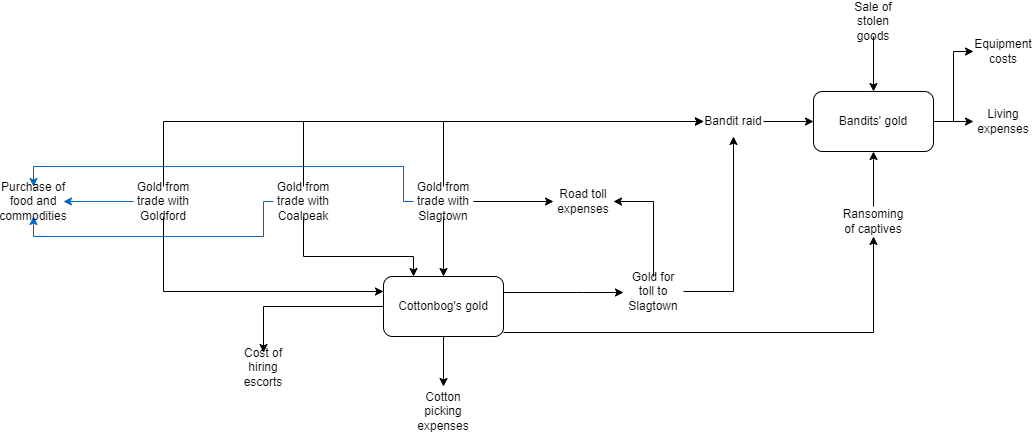
Above: Flowchart/GoldFlow.drawio.png in FunkMarvel/Comp-4-SST (draw.io), before the change. Source tidied: cells renumbered, new cells last; positions are measured from the earlier drawing's top-left corner, leaving out a move shared by most shapes.
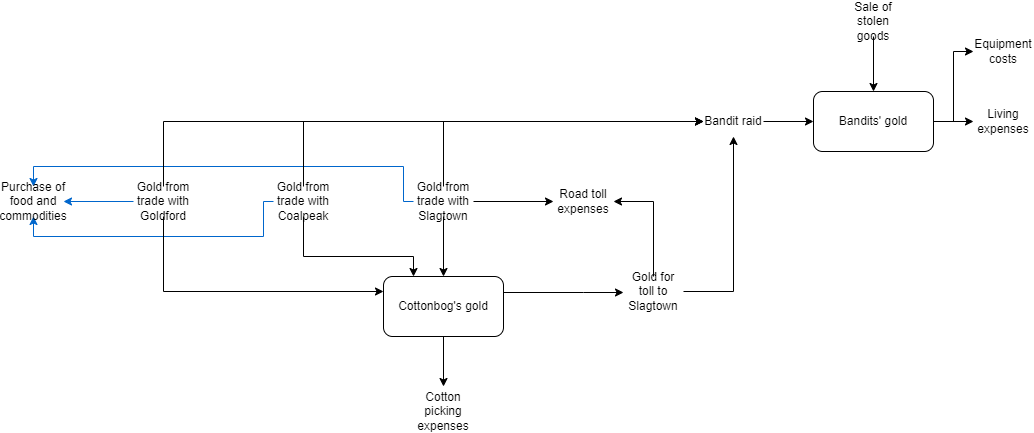
Above is the later version.

The edit, as a diff of the source:
```diff
@@ -15,16 +15,6 @@
         </Array>
       </mxGeometry>
     </mxCell>
-    <mxCell id="4" style="edgeStyle=orthogonalEdgeStyle;rounded=0;jettySize=auto;html=1;entryX=0.5;entryY=1;entryDx=0;entryDy=0;strokeColor=#000000;" parent="1" edge="1" source="6" target="34">
-      <mxGeometry relative="1" as="geometry">
-        <Array as="points">
-          <mxPoint x="870" y="326" />
-        </Array>
-      </mxGeometry>
-    </mxCell>
-    <mxCell id="5" style="edgeStyle=orthogonalEdgeStyle;rounded=0;jettySize=auto;html=1;strokeColor=#000000;" parent="1" edge="1" source="6" target="37">
-      <mxGeometry relative="1" as="geometry" />
-    </mxCell>
     <mxCell id="6" value="Cottonbog's gold" style="rounded=1;whiteSpace=wrap;html=1;" parent="1" vertex="1">
       <mxGeometry x="380" y="270" width="120" height="60" as="geometry" />
     </mxCell>
@@ -143,20 +133,11 @@
     <mxCell id="32" value="Sale of stolen goods" style="text;html=1;strokeColor=none;fillColor=none;align=center;verticalAlign=middle;whiteSpace=wrap;rounded=0;" parent="1" vertex="1">
       <mxGeometry x="840" width="60" height="30" as="geometry" />
     </mxCell>
-    <mxCell id="33" style="edgeStyle=orthogonalEdgeStyle;rounded=0;jettySize=auto;html=1;entryX=0.5;entryY=1;entryDx=0;entryDy=0;strokeColor=#000000;" parent="1" edge="1" source="34" target="21">
-      <mxGeometry relative="1" as="geometry" />
-    </mxCell>
-    <mxCell id="34" value="Ransoming of captives" style="text;html=1;strokeColor=none;fillColor=none;align=center;verticalAlign=middle;whiteSpace=wrap;rounded=0;" parent="1" vertex="1">
-      <mxGeometry x="840" y="200" width="60" height="30" as="geometry" />
-    </mxCell>
     <mxCell id="35" value="Living expenses" style="text;html=1;strokeColor=none;fillColor=none;align=center;verticalAlign=middle;whiteSpace=wrap;rounded=0;" parent="1" vertex="1">
       <mxGeometry x="970" y="100" width="60" height="30" as="geometry" />
     </mxCell>
     <mxCell id="36" value="Equipment costs" style="text;html=1;strokeColor=none;fillColor=none;align=center;verticalAlign=middle;whiteSpace=wrap;rounded=0;" parent="1" vertex="1">
       <mxGeometry x="970" y="30" width="60" height="30" as="geometry" />
     </mxCell>
-    <mxCell id="37" value="Cost of hiring escorts" style="text;html=1;strokeColor=none;fillColor=none;align=center;verticalAlign=middle;whiteSpace=wrap;rounded=0;" parent="1" vertex="1">
-      <mxGeometry x="230" y="346" width="60" height="30" as="geometry" />
-    </mxCell>
   </root>
 </mxGraphModel>
```
